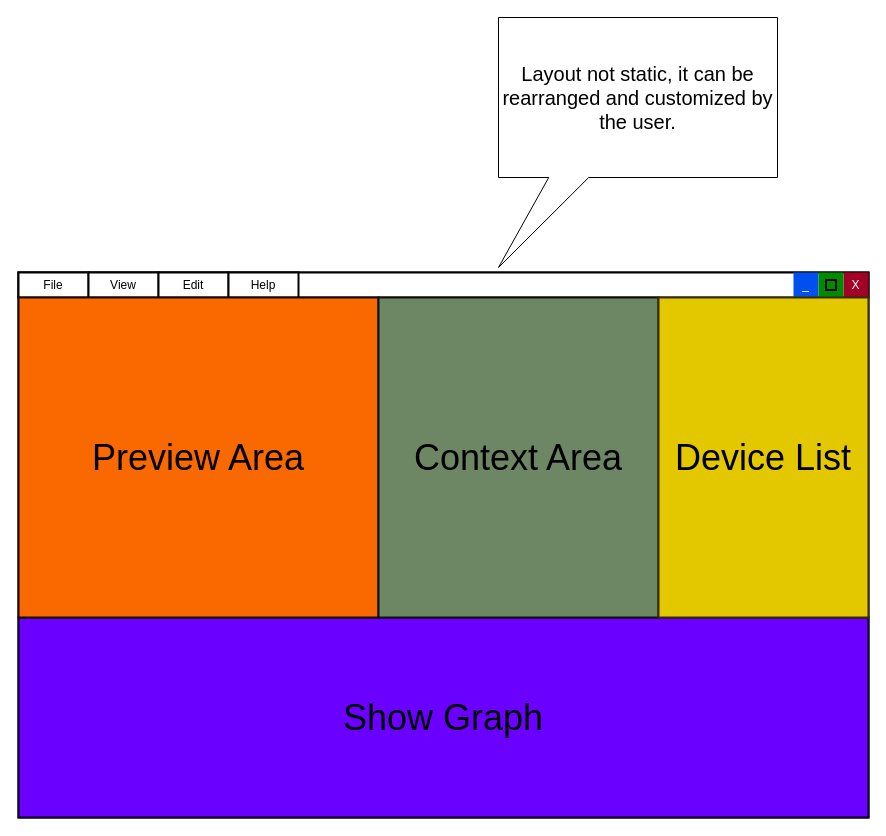
Earlier version of the draw.io diagram documentation/ui-layout-concept.drawio (LoganGerber/OpenLD). Source tidied: cells renumbered, new cells numbered last; positions are measured from the earlier drawing's top-left corner, leaving out a move shared by most shapes. Both pictures are drawn from the tidied source at 100%, with x=0, y=0 at pixel (18, 17).
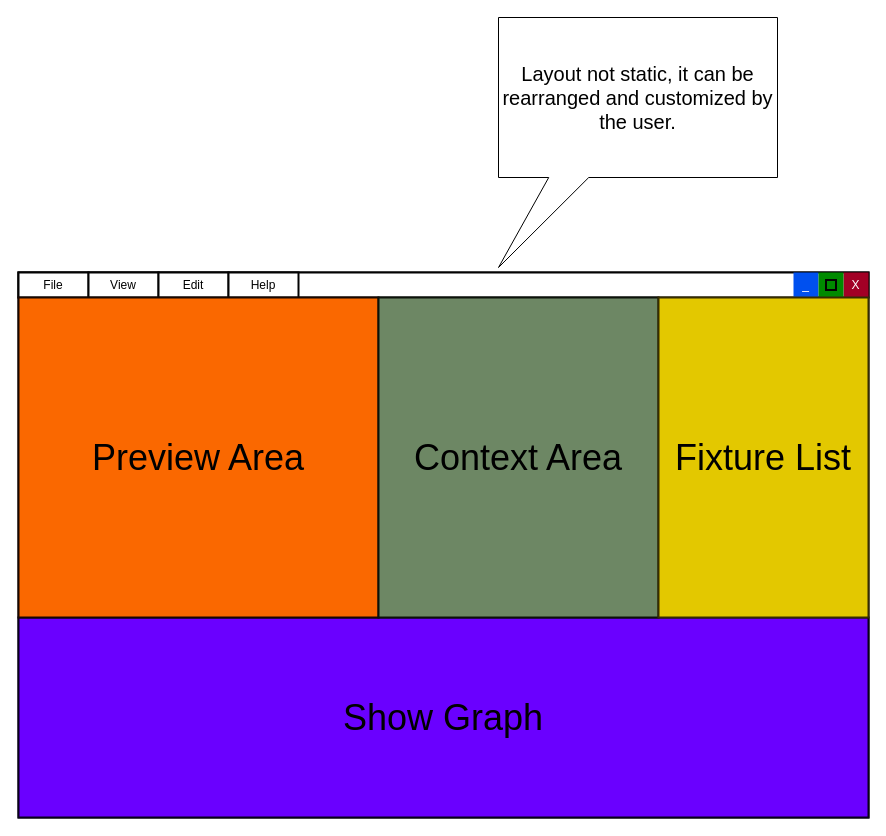
The same diagram, later.

Commit message (it also covers changes not shown here):
Change "device" to "fixture" everywhere

The edit, as a diff of the source:
```diff
@@
 <mxGraphModel>
   <root>
     <mxCell id="0" />
     <mxCell id="1" parent="0" />
     <mxCell id="2" style="rounded=0;whiteSpace=wrap;html=1;fillColor=#f5f5f5;fontColor=#333333;strokeColor=#030303;strokeWidth=2;" parent="1" vertex="1">
       <mxGeometry y="255" width="850" height="545" as="geometry" />
     </mxCell>
     <mxCell id="3" style="rounded=0;whiteSpace=wrap;html=1;strokeColor=#030303;strokeWidth=2;" parent="1" vertex="1">
       <mxGeometry y="255" width="850" height="25" as="geometry" />
     </mxCell>
     <mxCell id="4" value="File" style="rounded=0;whiteSpace=wrap;html=1;strokeColor=#030303;strokeWidth=2;" parent="1" vertex="1">
       <mxGeometry y="255" width="70" height="25" as="geometry" />
     </mxCell>
     <mxCell id="5" value="View" style="rounded=0;whiteSpace=wrap;html=1;strokeColor=#030303;strokeWidth=2;" parent="1" vertex="1">
       <mxGeometry x="70" y="255" width="70" height="25" as="geometry" />
     </mxCell>
     <mxCell id="6" value="Edit" style="rounded=0;whiteSpace=wrap;html=1;strokeColor=#030303;strokeWidth=2;" parent="1" vertex="1">
       <mxGeometry x="140" y="255" width="70" height="25" as="geometry" />
     </mxCell>
     <mxCell id="7" value="Help" style="rounded=0;whiteSpace=wrap;html=1;strokeColor=#030303;strokeWidth=2;" parent="1" vertex="1">
       <mxGeometry x="210" y="255" width="70" height="25" as="geometry" />
     </mxCell>
     <mxCell id="8" value="X" style="rounded=0;whiteSpace=wrap;html=1;strokeWidth=2;fillColor=#a20025;fontColor=#ffffff;strokeColor=none;" parent="1" vertex="1">
       <mxGeometry x="825" y="255" width="25" height="25" as="geometry" />
     </mxCell>
     <mxCell id="9" value="_" style="rounded=0;whiteSpace=wrap;html=1;strokeWidth=2;fillColor=#0050ef;fontColor=#ffffff;strokeColor=none;" parent="1" vertex="1">
       <mxGeometry x="775" y="255" width="25" height="25" as="geometry" />
     </mxCell>
     <mxCell id="10" value="&lt;font color=&quot;#000000&quot; style=&quot;font-size: 36px&quot;&gt;Show Graph&lt;/font&gt;" style="rounded=0;whiteSpace=wrap;html=1;strokeWidth=2;fillColor=#6a00ff;fontColor=#ffffff;strokeColor=#08001C;" parent="1" vertex="1">
       <mxGeometry y="600" width="850" height="200" as="geometry" />
     </mxCell>
     <mxCell id="11" value="&lt;font color=&quot;#000000&quot; style=&quot;font-size: 36px&quot;&gt;Preview Area&lt;/font&gt;" style="rounded=0;whiteSpace=wrap;html=1;strokeWidth=2;fillColor=#fa6800;fontColor=#ffffff;strokeColor=#190700;" parent="1" vertex="1">
       <mxGeometry y="280" width="360" height="320" as="geometry" />
     </mxCell>
     <mxCell id="12" value="&lt;font color=&quot;#000000&quot; style=&quot;font-size: 36px&quot;&gt;Context Area&lt;/font&gt;" style="rounded=0;whiteSpace=wrap;html=1;strokeWidth=2;fillColor=#6d8764;fontColor=#ffffff;strokeColor=#0C120A;" parent="1" vertex="1">
       <mxGeometry x="360" y="280" width="280" height="320" as="geometry" />
     </mxCell>
     <mxCell id="13" style="group;" parent="1" vertex="1">
       <mxGeometry x="800" y="255" width="25" height="25" as="geometry" />
     </mxCell>
     <mxCell id="14" style="rounded=0;whiteSpace=wrap;html=1;strokeWidth=2;fillColor=#008a00;fontColor=#ffffff;strokeColor=none;" parent="13" vertex="1">
       <mxGeometry width="25" height="25" as="geometry" />
     </mxCell>
     <mxCell id="15" style="rounded=0;whiteSpace=wrap;html=1;strokeColor=#030303;strokeWidth=2;fillColor=none;" parent="13" vertex="1">
       <mxGeometry x="7.5" y="7.5" width="10" height="10" as="geometry" />
     </mxCell>
-    <mxCell id="16" value="&lt;font color=&quot;#000000&quot; style=&quot;font-size: 36px&quot;&gt;Device List&lt;/font&gt;" style="rounded=0;whiteSpace=wrap;html=1;strokeWidth=2;fillColor=#e3c800;fontColor=#ffffff;strokeColor=#362D00;" parent="1" vertex="1">
+    <mxCell id="16" value="&lt;font color=&quot;#000000&quot; style=&quot;font-size: 36px&quot;&gt;Fixture List&lt;/font&gt;" style="rounded=0;whiteSpace=wrap;html=1;strokeWidth=2;fillColor=#e3c800;fontColor=#ffffff;strokeColor=#362D00;" parent="1" vertex="1">
       <mxGeometry x="640" y="280" width="210" height="320" as="geometry" />
     </mxCell>
     <mxCell id="17" value="&lt;font style=&quot;font-size: 20px&quot;&gt;Layout not static, it can be rearranged and customized by the user.&lt;/font&gt;" style="shape=callout;whiteSpace=wrap;html=1;perimeter=calloutPerimeter;position2=0;size=90;position=0.18;base=40;" parent="1" vertex="1">
       <mxGeometry x="480" width="279" height="250" as="geometry" />
     </mxCell>
   </root>
 </mxGraphModel>
```
